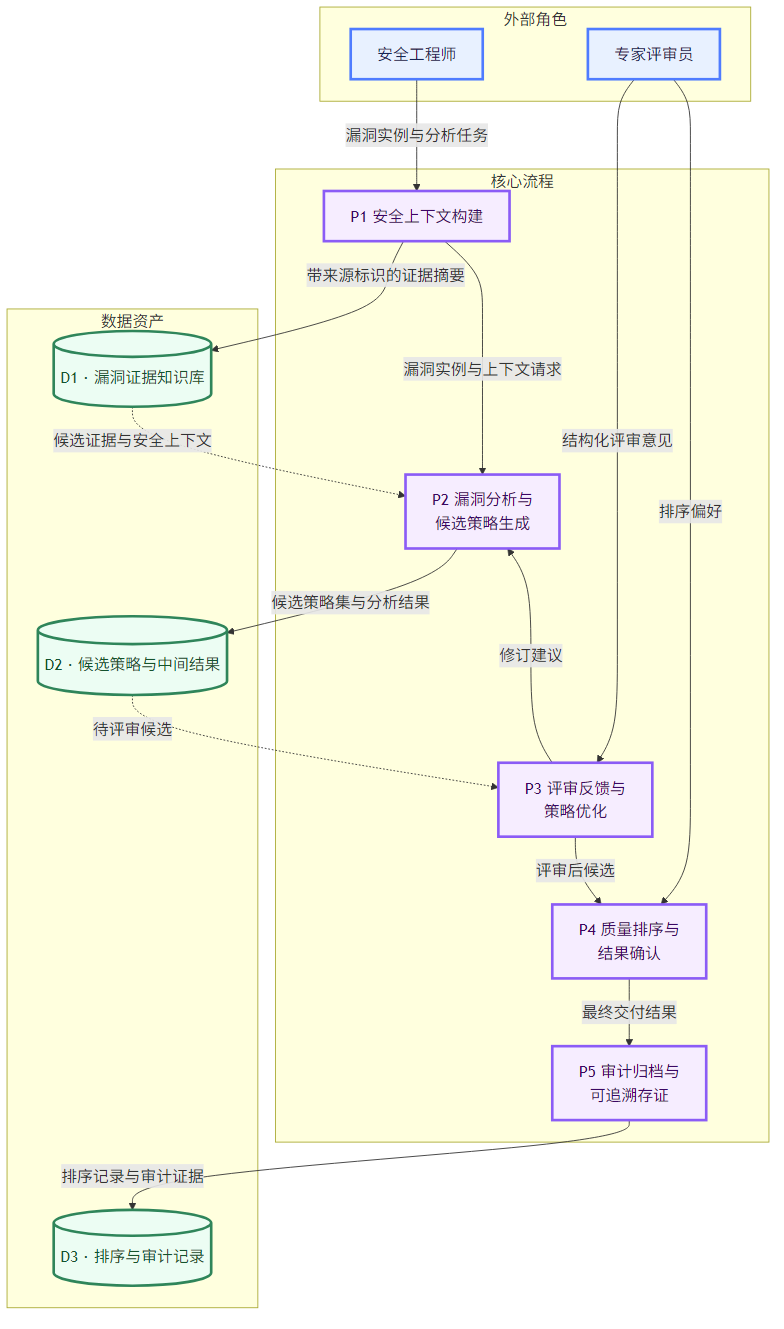
Before: images/chap4/data_flow_audit.png, a diagram exported from Mermaid (Ivanbeethoven/ustb_graduator_paper). Its source is kept beside it as images/chap4/data_flow_audit.mmd.
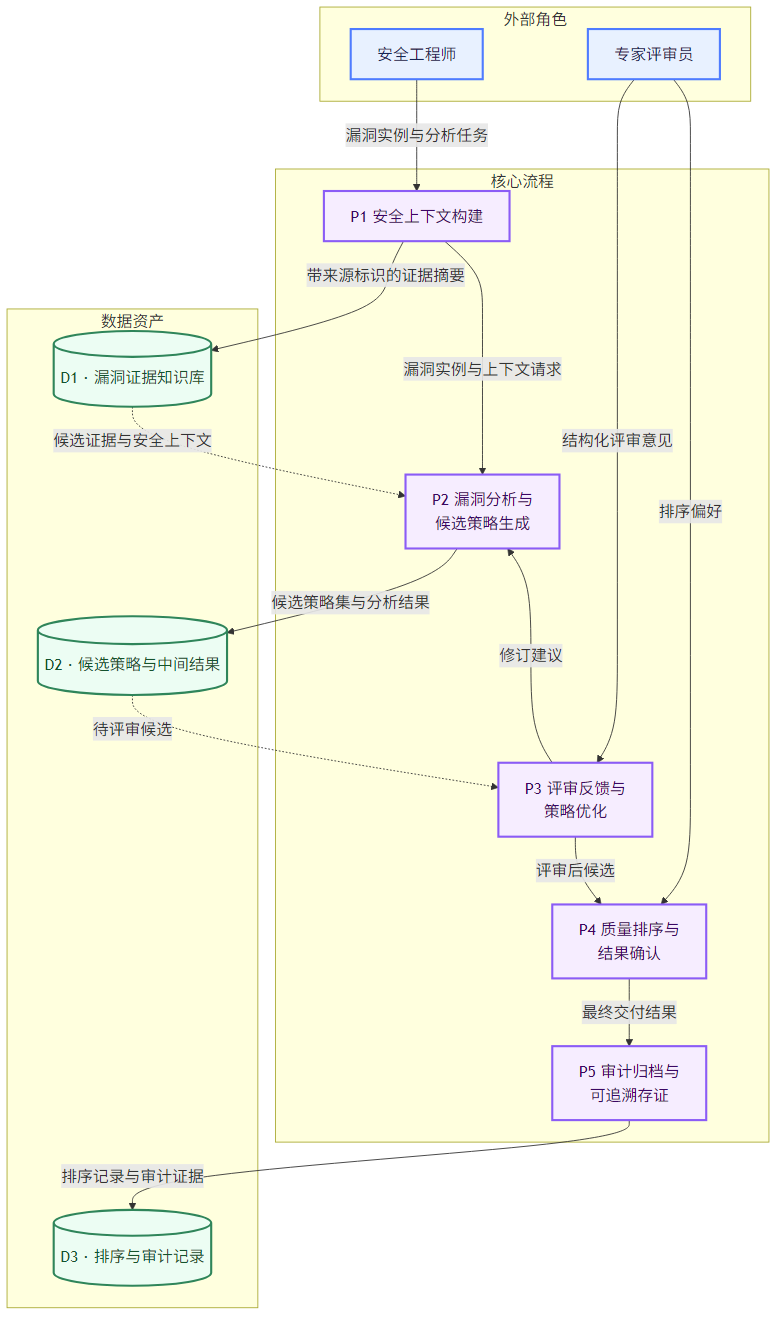
Above is the later version.

What changed in the source:
```diff
@@ -1,7 +1,7 @@
 %%{init: {
   'theme': 'base',
   'themeVariables': {
-    'fontSize': '48px',
+    'fontSize': '34px',
     'fontFamily': '"Microsoft YaHei","PingFang SC","Noto Sans SC",sans-serif',
     'lineColor': '#64748b',
     'primaryTextColor': '#1f2937',
@@ -10,9 +10,9 @@
   }
 }}%%
 flowchart TB
-    classDef entity fill:#e8f1ff,stroke:#4f7cff,stroke-width:3px,color:#172554
-    classDef process fill:#f6edff,stroke:#8b5cf6,stroke-width:3px,color:#3b0764
-    classDef store fill:#ecfdf3,stroke:#2f855a,stroke-width:3px,color:#14532d
+    classDef entity fill:#e8f1ff,stroke:#4f7cff,stroke-width:2.4px,color:#172554
+    classDef process fill:#f6edff,stroke:#8b5cf6,stroke-width:2.4px,color:#3b0764
+    classDef store fill:#ecfdf3,stroke:#2f855a,stroke-width:2.4px,color:#14532d
 
     subgraph role_row["外部角色"]
         direction LR
```
